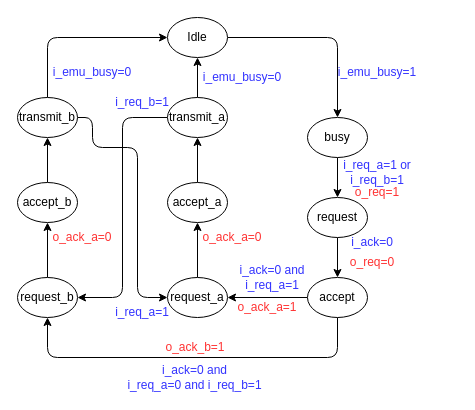
Before: merger_fsm.drawio in AurelieSa/draw_io, a draw.io diagram. Source tidied: cells renumbered, new cells numbered last; positions are measured from the earlier drawing's top-left corner, leaving out a move shared by most shapes. Both pictures are drawn from the tidied source at 100%, with x=0, y=0 at pixel (17, 17).
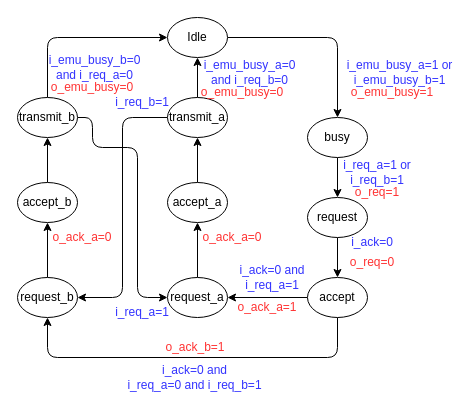
The same page after the edit.

What changed in the source:
```diff
@@
-    <mxCell id="9" value="&lt;div&gt;&lt;span style=&quot;color: rgb(51, 51, 255);&quot;&gt;i_emu_busy=1&lt;/span&gt;&lt;/div&gt;" style="text;html=1;align=center;verticalAlign=middle;whiteSpace=wrap;rounded=0;" parent="1" vertex="1">
-      <mxGeometry x="325" y="40" width="70" height="30" as="geometry" />
+    <mxCell id="9" value="&lt;div&gt;&lt;span style=&quot;color: rgb(51, 51, 255);&quot;&gt;i_emu_busy_a=1 or i_emu_busy_b=1&lt;/span&gt;&lt;/div&gt;" style="text;html=1;align=center;verticalAlign=middle;whiteSpace=wrap;rounded=0;" parent="1" vertex="1">
+      <mxGeometry x="325" y="40" width="115" height="30" as="geometry" />
     </mxCell>
@@
-    <mxCell id="35" value="&lt;div&gt;&lt;span style=&quot;color: rgb(51, 51, 255);&quot;&gt;i_emu_busy=0&lt;/span&gt;&lt;/div&gt;" style="text;html=1;align=center;verticalAlign=middle;whiteSpace=wrap;rounded=0;" parent="1" vertex="1">
-      <mxGeometry x="190" y="45" width="70" height="30" as="geometry" />
+    <mxCell id="35" value="&lt;div&gt;&lt;span style=&quot;color: rgb(51, 51, 255);&quot;&gt;i_emu_busy_a=0 and i_req_b=0&lt;/span&gt;&lt;/div&gt;" style="text;html=1;align=center;verticalAlign=middle;whiteSpace=wrap;rounded=0;" parent="1" vertex="1">
+      <mxGeometry x="195" y="40" width="75" height="30" as="geometry" />
     </mxCell>
-    <mxCell id="36" value="&lt;div&gt;&lt;span style=&quot;color: rgb(51, 51, 255);&quot;&gt;i_emu_busy=0&lt;/span&gt;&lt;/div&gt;" style="text;html=1;align=center;verticalAlign=middle;whiteSpace=wrap;rounded=0;" parent="1" vertex="1">
-      <mxGeometry x="40" y="40" width="70" height="30" as="geometry" />
+    <mxCell id="36" value="&lt;div&gt;&lt;span style=&quot;color: rgb(51, 51, 255);&quot;&gt;i_emu_busy_b=0 and i_req_a=0&lt;/span&gt;&lt;/div&gt;" style="text;html=1;align=center;verticalAlign=middle;whiteSpace=wrap;rounded=0;" parent="1" vertex="1">
+      <mxGeometry x="40" y="35" width="75" height="30" as="geometry" />
     </mxCell>
@@
+    <mxCell id="40" value="&lt;span style=&quot;color: rgb(255, 51, 51);&quot;&gt;o_emu_busy=0&lt;/span&gt;" style="text;html=1;align=center;verticalAlign=middle;whiteSpace=wrap;rounded=0;" parent="1" vertex="1">
+      <mxGeometry x="195" y="60" width="60" height="30" as="geometry" />
+    </mxCell>
+    <mxCell id="41" value="&lt;span style=&quot;color: rgb(255, 51, 51);&quot;&gt;o_emu_busy=0&lt;/span&gt;" style="text;html=1;align=center;verticalAlign=middle;whiteSpace=wrap;rounded=0;" parent="1" vertex="1">
+      <mxGeometry x="45" y="55" width="60" height="30" as="geometry" />
+    </mxCell>
+    <mxCell id="42" value="&lt;span style=&quot;color: rgb(255, 51, 51);&quot;&gt;o_emu_busy=1&lt;/span&gt;" style="text;html=1;align=center;verticalAlign=middle;whiteSpace=wrap;rounded=0;" parent="1" vertex="1">
+      <mxGeometry x="345" y="60" width="60" height="30" as="geometry" />
+    </mxCell>
```
